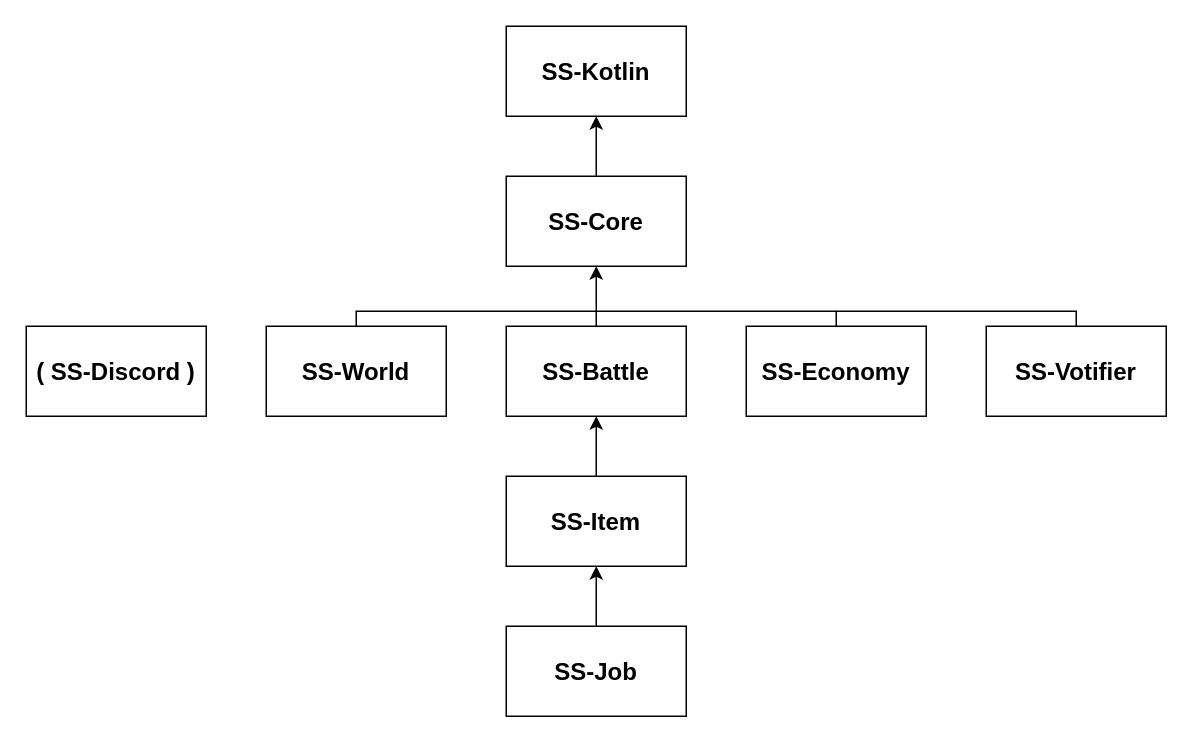
Earlier version of the draw.io diagram SS-Plugin.drawio (SecondStoryServer/SS-Plugin). Source tidied: cells renumbered, new cells numbered last; positions are measured from the earlier drawing's top-left corner, leaving out a move shared by most shapes. Both pictures are drawn from the tidied source at 150%, with x=0, y=0 at pixel (26, 26).
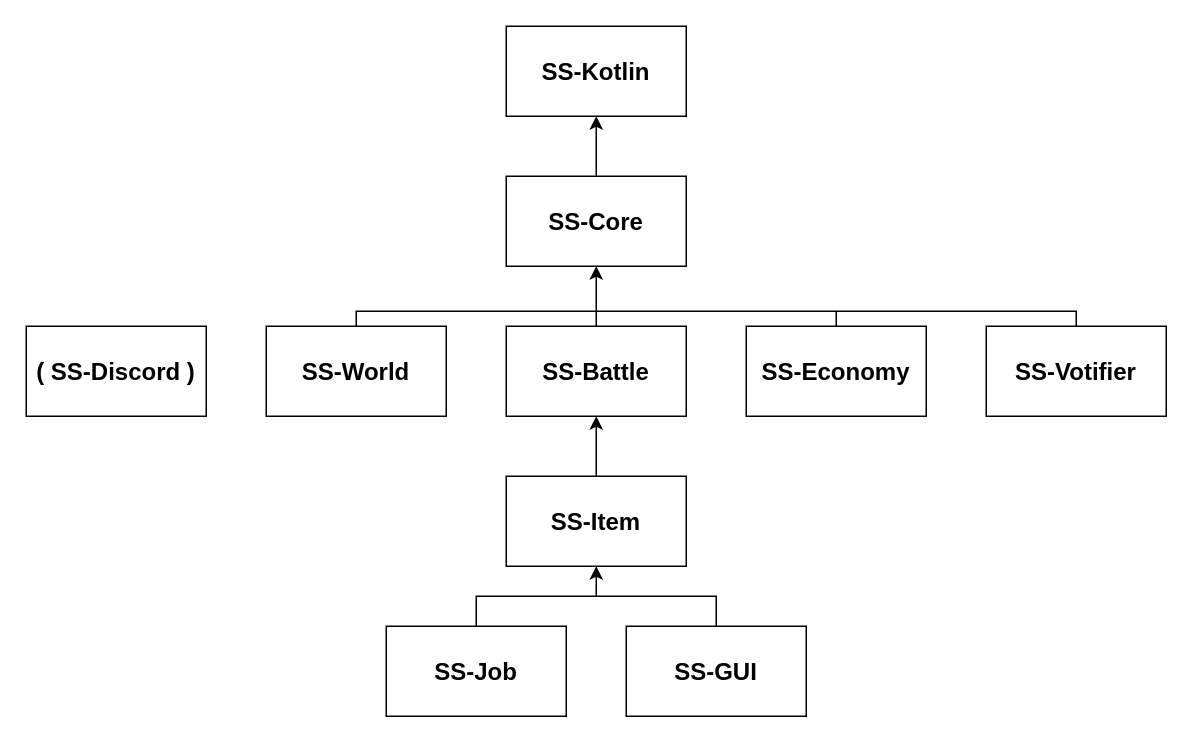
After the change.

Change to the diagram source:
```diff
@@
     <mxCell id="12" value="&lt;font style=&quot;font-size: 16px&quot;&gt;&lt;b&gt;SS-Job&lt;/b&gt;&lt;/font&gt;" style="rounded=0;whiteSpace=wrap;html=1;" parent="1" vertex="1">
-      <mxGeometry x="320" y="400" width="120" height="60" as="geometry" />
+      <mxGeometry x="240" y="400" width="120" height="60" as="geometry" />
     </mxCell>
@@
+    <mxCell id="18" style="edgeStyle=orthogonalEdgeStyle;rounded=0;jettySize=auto;html=1;endArrow=none;endFill=0;" parent="1" edge="1" source="19">
+      <mxGeometry relative="1" as="geometry">
+        <mxPoint x="380" y="380" as="targetPoint" />
+        <Array as="points">
+          <mxPoint x="460" y="380" />
+        </Array>
+      </mxGeometry>
+    </mxCell>
+    <mxCell id="19" value="&lt;font style=&quot;font-size: 16px&quot;&gt;&lt;b&gt;SS-GUI&lt;/b&gt;&lt;/font&gt;" style="rounded=0;whiteSpace=wrap;html=1;" parent="1" vertex="1">
+      <mxGeometry x="400" y="400" width="120" height="60" as="geometry" />
+    </mxCell>
```
